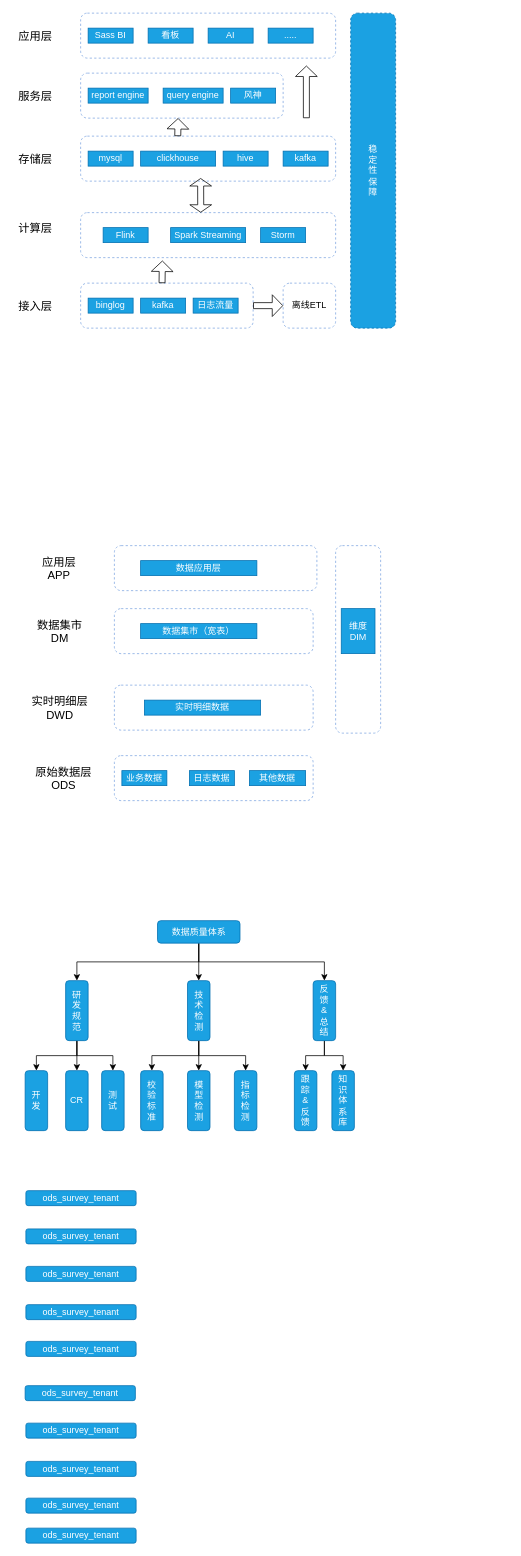
Earlier version of the draw.io diagram realtime_data_warehouse.drawio (cicelprg/drawio). Source tidied: cells renumbered, new cells numbered last; positions are measured from the earlier drawing's top-left corner, leaving out a move shared by most shapes. Both pictures are drawn from the tidied source at 75%, with x=0, y=0 at pixel (13, 13).
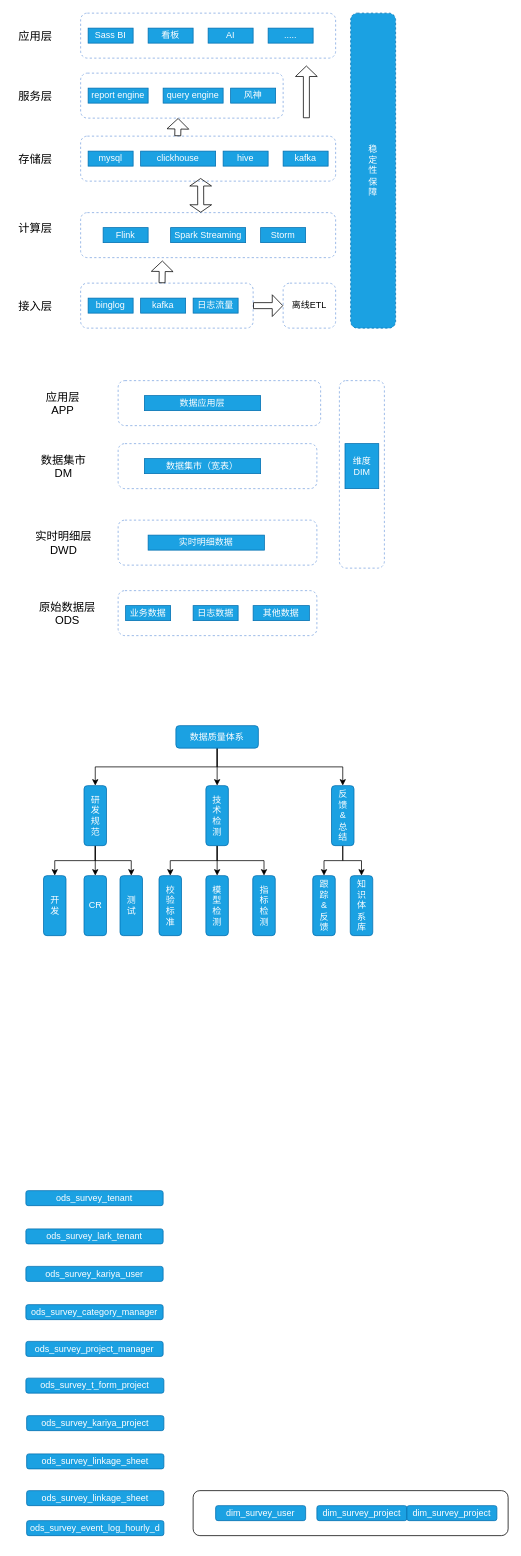
After the change.

Change to the diagram source:
```diff
@@
     <mxCell id="35" style="rounded=1;whiteSpace=wrap;html=1;dashed=1;strokeColor=#7EA6E0;" parent="1" vertex="1">
-      <mxGeometry x="135" y="990" width="265" height="60" as="geometry" />
+      <mxGeometry x="140" y="770" width="265" height="60" as="geometry" />
     </mxCell>
     <mxCell id="36" value="业务数据" style="rounded=0;whiteSpace=wrap;html=1;strokeColor=#006EAF;fillColor=#1ba1e2;fontColor=#ffffff;" parent="1" vertex="1">
-      <mxGeometry x="145" y="1010" width="60" height="20" as="geometry" />
+      <mxGeometry x="150" y="790" width="60" height="20" as="geometry" />
     </mxCell>
     <mxCell id="37" value="日志数据" style="rounded=0;whiteSpace=wrap;html=1;strokeColor=#006EAF;fillColor=#1ba1e2;fontColor=#ffffff;" parent="1" vertex="1">
-      <mxGeometry x="235" y="1010" width="60" height="20" as="geometry" />
+      <mxGeometry x="240" y="790" width="60" height="20" as="geometry" />
     </mxCell>
     <mxCell id="38" value="&lt;span style=&quot;font-size: 15px&quot;&gt;原始数据层&lt;br&gt;ODS&lt;/span&gt;" style="text;html=1;strokeColor=none;fillColor=none;align=center;verticalAlign=middle;whiteSpace=wrap;rounded=0;" parent="1" vertex="1">
-      <mxGeometry x="20" y="1010" width="95" height="20" as="geometry" />
+      <mxGeometry x="25" y="790" width="95" height="20" as="geometry" />
     </mxCell>
     <mxCell id="39" style="rounded=1;whiteSpace=wrap;html=1;dashed=1;strokeColor=#7EA6E0;" parent="1" vertex="1">
-      <mxGeometry x="135" y="896" width="265" height="60" as="geometry" />
+      <mxGeometry x="140" y="676" width="265" height="60" as="geometry" />
     </mxCell>
     <mxCell id="40" value="实时明细数据" style="rounded=0;whiteSpace=wrap;html=1;strokeColor=#006EAF;fillColor=#1ba1e2;fontColor=#ffffff;" parent="1" vertex="1">
-      <mxGeometry x="175" y="916" width="155" height="20" as="geometry" />
+      <mxGeometry x="180" y="696" width="155" height="20" as="geometry" />
     </mxCell>
     <mxCell id="41" style="rounded=1;whiteSpace=wrap;html=1;dashed=1;strokeColor=#7EA6E0;" parent="1" vertex="1">
-      <mxGeometry x="135" y="794" width="265" height="60" as="geometry" />
+      <mxGeometry x="140" y="574" width="265" height="60" as="geometry" />
     </mxCell>
     <mxCell id="42" value="&lt;span style=&quot;font-size: 15px&quot;&gt;数据集市&lt;br&gt;DM&lt;/span&gt;" style="text;html=1;strokeColor=none;fillColor=none;align=center;verticalAlign=middle;whiteSpace=wrap;rounded=0;" parent="1" vertex="1">
-      <mxGeometry x="20" y="814" width="85" height="20" as="geometry" />
+      <mxGeometry x="25" y="594" width="85" height="20" as="geometry" />
     </mxCell>
     <mxCell id="43" style="rounded=1;whiteSpace=wrap;html=1;dashed=1;strokeColor=#7EA6E0;" parent="1" vertex="1">
-      <mxGeometry x="135" y="710" width="270" height="60" as="geometry" />
+      <mxGeometry x="140" y="490" width="270" height="60" as="geometry" />
     </mxCell>
     <mxCell id="44" value="&lt;span style=&quot;font-size: 15px&quot;&gt;实时明细层&lt;br&gt;DWD&lt;/span&gt;" style="text;html=1;strokeColor=none;fillColor=none;align=center;verticalAlign=middle;whiteSpace=wrap;rounded=0;" parent="1" vertex="1">
-      <mxGeometry x="20" y="916" width="85" height="20" as="geometry" />
+      <mxGeometry x="25" y="696" width="85" height="20" as="geometry" />
     </mxCell>
     <mxCell id="45" value="其他数据" style="rounded=0;whiteSpace=wrap;html=1;strokeColor=#006EAF;fillColor=#1ba1e2;fontColor=#ffffff;" parent="1" vertex="1">
-      <mxGeometry x="315" y="1010" width="75" height="20" as="geometry" />
+      <mxGeometry x="320" y="790" width="75" height="20" as="geometry" />
     </mxCell>
     <mxCell id="46" value="数据集市（宽表）" style="rounded=0;whiteSpace=wrap;html=1;strokeColor=#006EAF;fillColor=#1ba1e2;fontColor=#ffffff;" parent="1" vertex="1">
-      <mxGeometry x="170" y="814" width="155" height="20" as="geometry" />
+      <mxGeometry x="175" y="594" width="155" height="20" as="geometry" />
     </mxCell>
     <mxCell id="47" value="&lt;span style=&quot;font-size: 15px&quot;&gt;应用层&lt;br&gt;APP&lt;/span&gt;" style="text;html=1;strokeColor=none;fillColor=none;align=center;verticalAlign=middle;whiteSpace=wrap;rounded=0;" parent="1" vertex="1">
-      <mxGeometry x="30" y="730" width="62.5" height="20" as="geometry" />
+      <mxGeometry x="35" y="510" width="62.5" height="20" as="geometry" />
     </mxCell>
     <mxCell id="48" value="数据应用层" style="rounded=0;whiteSpace=wrap;html=1;strokeColor=#006EAF;fillColor=#1ba1e2;fontColor=#ffffff;" parent="1" vertex="1">
-      <mxGeometry x="170" y="730" width="155" height="20" as="geometry" />
+      <mxGeometry x="175" y="510" width="155" height="20" as="geometry" />
     </mxCell>
     <mxCell id="49" style="rounded=1;whiteSpace=wrap;html=1;dashed=1;strokeColor=#7EA6E0;" parent="1" vertex="1">
-      <mxGeometry x="430" y="710" width="60" height="250" as="geometry" />
+      <mxGeometry x="435" y="490" width="60" height="250" as="geometry" />
     </mxCell>
     <mxCell id="50" value="维度&lt;br&gt;DIM" style="rounded=0;whiteSpace=wrap;html=1;strokeColor=#006EAF;fillColor=#1ba1e2;fontColor=#ffffff;" parent="1" vertex="1">
-      <mxGeometry x="437.5" y="794" width="45" height="60" as="geometry" />
+      <mxGeometry x="442.5" y="574" width="45" height="60" as="geometry" />
     </mxCell>
@@
     <mxCell id="55" value="数据质量体系" style="rounded=1;whiteSpace=wrap;html=1;fillColor=#1ba1e2;strokeColor=#006EAF;fontColor=#ffffff;" parent="1" vertex="1">
-      <mxGeometry x="192.5" y="1210" width="110" height="30" as="geometry" />
+      <mxGeometry x="217" y="950" width="110" height="30" as="geometry" />
     </mxCell>
@@
     <mxCell id="59" value="研&lt;br&gt;发&lt;br&gt;规&lt;br&gt;范" style="rounded=1;whiteSpace=wrap;html=1;fillColor=#1ba1e2;strokeColor=#006EAF;fontColor=#ffffff;" parent="1" vertex="1">
-      <mxGeometry x="70" y="1290" width="30" height="80" as="geometry" />
+      <mxGeometry x="94.5" y="1030" width="30" height="80" as="geometry" />
     </mxCell>
@@
     <mxCell id="63" value="技&lt;br&gt;术&lt;br&gt;检&lt;br&gt;测" style="rounded=1;whiteSpace=wrap;html=1;fillColor=#1ba1e2;strokeColor=#006EAF;fontColor=#ffffff;" parent="1" vertex="1">
-      <mxGeometry x="232.5" y="1290" width="30" height="80" as="geometry" />
+      <mxGeometry x="257" y="1030" width="30" height="80" as="geometry" />
     </mxCell>
@@
     <mxCell id="66" value="反&lt;br&gt;馈&lt;br&gt;&amp;amp;&lt;br&gt;总&lt;br&gt;结" style="rounded=1;whiteSpace=wrap;html=1;fillColor=#1ba1e2;strokeColor=#006EAF;fontColor=#ffffff;" parent="1" vertex="1">
-      <mxGeometry x="400" y="1290" width="30" height="80" as="geometry" />
+      <mxGeometry x="424.5" y="1030" width="30" height="80" as="geometry" />
     </mxCell>
     <mxCell id="67" value="模&lt;br&gt;型&lt;br&gt;检&lt;br&gt;测" style="rounded=1;whiteSpace=wrap;html=1;fillColor=#1ba1e2;strokeColor=#006EAF;fontColor=#ffffff;" parent="1" vertex="1">
-      <mxGeometry x="232.5" y="1410" width="30" height="80" as="geometry" />
+      <mxGeometry x="257" y="1150" width="30" height="80" as="geometry" />
     </mxCell>
     <mxCell id="68" value="校&lt;br&gt;验&lt;br&gt;标&lt;br&gt;准" style="rounded=1;whiteSpace=wrap;html=1;fillColor=#1ba1e2;strokeColor=#006EAF;fontColor=#ffffff;" parent="1" vertex="1">
-      <mxGeometry x="170" y="1410" width="30" height="80" as="geometry" />
+      <mxGeometry x="194.5" y="1150" width="30" height="80" as="geometry" />
     </mxCell>
     <mxCell id="69" value="指&lt;br&gt;标&lt;br&gt;检&lt;br&gt;测" style="rounded=1;whiteSpace=wrap;html=1;fillColor=#1ba1e2;strokeColor=#006EAF;fontColor=#ffffff;" parent="1" vertex="1">
-      <mxGeometry x="295" y="1410" width="30" height="80" as="geometry" />
+      <mxGeometry x="319.5" y="1150" width="30" height="80" as="geometry" />
     </mxCell>
     <mxCell id="70" value="开&lt;br&gt;发" style="rounded=1;whiteSpace=wrap;html=1;fillColor=#1ba1e2;strokeColor=#006EAF;fontColor=#ffffff;" parent="1" vertex="1">
-      <mxGeometry x="16" y="1410" width="30" height="80" as="geometry" />
+      <mxGeometry x="40.5" y="1150" width="30" height="80" as="geometry" />
     </mxCell>
     <mxCell id="71" value="CR" style="rounded=1;whiteSpace=wrap;html=1;fillColor=#1ba1e2;strokeColor=#006EAF;fontColor=#ffffff;" parent="1" vertex="1">
-      <mxGeometry x="70" y="1410" width="30" height="80" as="geometry" />
+      <mxGeometry x="94.5" y="1150" width="30" height="80" as="geometry" />
     </mxCell>
     <mxCell id="72" value="测&lt;br&gt;试" style="rounded=1;whiteSpace=wrap;html=1;fillColor=#1ba1e2;strokeColor=#006EAF;fontColor=#ffffff;" parent="1" vertex="1">
-      <mxGeometry x="118" y="1410" width="30" height="80" as="geometry" />
+      <mxGeometry x="142.5" y="1150" width="30" height="80" as="geometry" />
     </mxCell>
     <mxCell id="73" value="跟&lt;br&gt;踪&lt;br&gt;&amp;amp;&lt;br&gt;反&lt;br&gt;馈" style="rounded=1;whiteSpace=wrap;html=1;fillColor=#1ba1e2;strokeColor=#006EAF;fontColor=#ffffff;" parent="1" vertex="1">
-      <mxGeometry x="375" y="1410" width="30" height="80" as="geometry" />
+      <mxGeometry x="399.5" y="1150" width="30" height="80" as="geometry" />
     </mxCell>
     <mxCell id="74" value="知&lt;br&gt;识&lt;br&gt;体&lt;br&gt;系&lt;br&gt;库" style="rounded=1;whiteSpace=wrap;html=1;fillColor=#1ba1e2;strokeColor=#006EAF;fontColor=#ffffff;" parent="1" vertex="1">
-      <mxGeometry x="425" y="1410" width="30" height="80" as="geometry" />
+      <mxGeometry x="449.5" y="1150" width="30" height="80" as="geometry" />
     </mxCell>
     <mxCell id="75" value="ods_survey_tenant" style="rounded=1;whiteSpace=wrap;html=1;fillColor=#1ba1e2;strokeColor=#006EAF;fontColor=#ffffff;" parent="1" vertex="1">
-      <mxGeometry x="17" y="1570" width="147" height="20" as="geometry" />
+      <mxGeometry x="17" y="1570" width="183" height="20" as="geometry" />
     </mxCell>
-    <mxCell id="76" value="ods_survey_tenant" style="rounded=1;whiteSpace=wrap;html=1;fillColor=#1ba1e2;strokeColor=#006EAF;fontColor=#ffffff;" parent="1" vertex="1">
-      <mxGeometry x="17" y="1621" width="147" height="20" as="geometry" />
+    <mxCell id="76" value="ods_survey_lark_tenant" style="rounded=1;whiteSpace=wrap;html=1;fillColor=#1ba1e2;strokeColor=#006EAF;fontColor=#ffffff;" parent="1" vertex="1">
+      <mxGeometry x="17" y="1621" width="183" height="20" as="geometry" />
     </mxCell>
-    <mxCell id="77" value="ods_survey_tenant" style="rounded=1;whiteSpace=wrap;html=1;fillColor=#1ba1e2;strokeColor=#006EAF;fontColor=#ffffff;" parent="1" vertex="1">
-      <mxGeometry x="17" y="1671" width="147" height="20" as="geometry" />
+    <mxCell id="77" value="ods_survey_kariya_user" style="rounded=1;whiteSpace=wrap;html=1;fillColor=#1ba1e2;strokeColor=#006EAF;fontColor=#ffffff;" parent="1" vertex="1">
+      <mxGeometry x="17" y="1671" width="183" height="20" as="geometry" />
     </mxCell>
-    <mxCell id="78" value="ods_survey_tenant" style="rounded=1;whiteSpace=wrap;html=1;fillColor=#1ba1e2;strokeColor=#006EAF;fontColor=#ffffff;" parent="1" vertex="1">
-      <mxGeometry x="17" y="1722" width="147" height="20" as="geometry" />
+    <mxCell id="78" value="ods_survey_category_manager" style="rounded=1;whiteSpace=wrap;html=1;fillColor=#1ba1e2;strokeColor=#006EAF;fontColor=#ffffff;" parent="1" vertex="1">
+      <mxGeometry x="17" y="1722" width="183" height="20" as="geometry" />
     </mxCell>
-    <mxCell id="79" value="ods_survey_tenant" style="rounded=1;whiteSpace=wrap;html=1;fillColor=#1ba1e2;strokeColor=#006EAF;fontColor=#ffffff;" parent="1" vertex="1">
-      <mxGeometry x="17" y="1771" width="147" height="20" as="geometry" />
+    <mxCell id="79" value="ods_survey_project_manager" style="rounded=1;whiteSpace=wrap;html=1;fillColor=#1ba1e2;strokeColor=#006EAF;fontColor=#ffffff;" parent="1" vertex="1">
+      <mxGeometry x="17" y="1771" width="183" height="20" as="geometry" />
     </mxCell>
-    <mxCell id="80" value="ods_survey_tenant" style="rounded=1;whiteSpace=wrap;html=1;fillColor=#1ba1e2;strokeColor=#006EAF;fontColor=#ffffff;" parent="1" vertex="1">
-      <mxGeometry x="16" y="1830" width="147" height="20" as="geometry" />
+    <mxCell id="80" value="ods_survey_t_form_project" style="rounded=1;whiteSpace=wrap;html=1;fillColor=#1ba1e2;strokeColor=#006EAF;fontColor=#ffffff;" parent="1" vertex="1">
+      <mxGeometry x="17" y="1820" width="184" height="20" as="geometry" />
     </mxCell>
-    <mxCell id="81" value="ods_survey_tenant" style="rounded=1;whiteSpace=wrap;html=1;fillColor=#1ba1e2;strokeColor=#006EAF;fontColor=#ffffff;" parent="1" vertex="1">
-      <mxGeometry x="17" y="1880" width="147" height="20" as="geometry" />
+    <mxCell id="81" value="ods_survey_kariya_project" style="rounded=1;whiteSpace=wrap;html=1;fillColor=#1ba1e2;strokeColor=#006EAF;fontColor=#ffffff;" parent="1" vertex="1">
+      <mxGeometry x="18" y="1870" width="183" height="20" as="geometry" />
     </mxCell>
-    <mxCell id="82" value="ods_survey_tenant" style="rounded=1;whiteSpace=wrap;html=1;fillColor=#1ba1e2;strokeColor=#006EAF;fontColor=#ffffff;" parent="1" vertex="1">
-      <mxGeometry x="17" y="1931" width="147" height="20" as="geometry" />
+    <mxCell id="82" value="ods_survey_linkage_sheet" style="rounded=1;whiteSpace=wrap;html=1;fillColor=#1ba1e2;strokeColor=#006EAF;fontColor=#ffffff;" parent="1" vertex="1">
+      <mxGeometry x="18" y="1921" width="183" height="20" as="geometry" />
     </mxCell>
-    <mxCell id="83" value="ods_survey_tenant" style="rounded=1;whiteSpace=wrap;html=1;fillColor=#1ba1e2;strokeColor=#006EAF;fontColor=#ffffff;" parent="1" vertex="1">
-      <mxGeometry x="17" y="1980" width="147" height="20" as="geometry" />
+    <mxCell id="83" value="ods_survey_linkage_sheet" style="rounded=1;whiteSpace=wrap;html=1;fillColor=#1ba1e2;strokeColor=#006EAF;fontColor=#ffffff;" parent="1" vertex="1">
+      <mxGeometry x="18" y="1970" width="183" height="20" as="geometry" />
     </mxCell>
-    <mxCell id="84" value="ods_survey_tenant" style="rounded=1;whiteSpace=wrap;html=1;fillColor=#1ba1e2;strokeColor=#006EAF;fontColor=#ffffff;" parent="1" vertex="1">
-      <mxGeometry x="17" y="2020" width="147" height="20" as="geometry" />
+    <mxCell id="84" value="ods_survey_event_log_hourly_d" style="rounded=1;whiteSpace=wrap;html=1;fillColor=#1ba1e2;strokeColor=#006EAF;fontColor=#ffffff;" parent="1" vertex="1">
+      <mxGeometry x="18" y="2010" width="183" height="20" as="geometry" />
     </mxCell>
+    <mxCell id="85" style="rounded=1;whiteSpace=wrap;html=1;" parent="1" vertex="1">
+      <mxGeometry x="240" y="1970" width="420" height="60" as="geometry" />
+    </mxCell>
+    <mxCell id="86" value="dim_survey_user" style="rounded=1;whiteSpace=wrap;html=1;fillColor=#1ba1e2;strokeColor=#006EAF;fontColor=#ffffff;" parent="1" vertex="1">
+      <mxGeometry x="270" y="1990" width="120" height="20" as="geometry" />
+    </mxCell>
+    <mxCell id="87" value="dim_survey_project" style="rounded=1;whiteSpace=wrap;html=1;fillColor=#1ba1e2;strokeColor=#006EAF;fontColor=#ffffff;" parent="1" vertex="1">
+      <mxGeometry x="405" y="1990" width="120" height="20" as="geometry" />
+    </mxCell>
+    <mxCell id="88" value="dim_survey_project" style="rounded=1;whiteSpace=wrap;html=1;fillColor=#1ba1e2;strokeColor=#006EAF;fontColor=#ffffff;" parent="1" vertex="1">
+      <mxGeometry x="525" y="1990" width="120" height="20" as="geometry" />
+    </mxCell>
```
